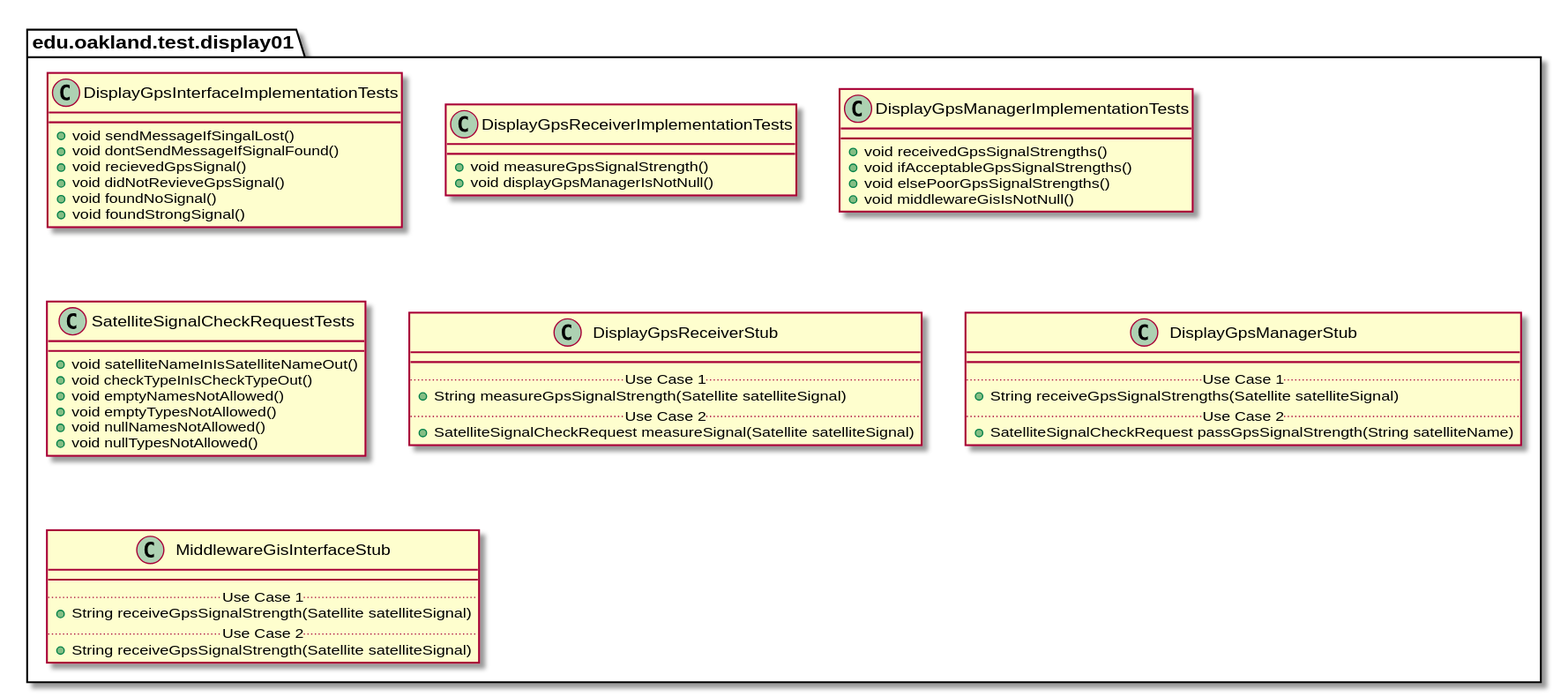
Before: docs/uml-class-diagrams/display01/test/Display01TestPackage.svg, a diagram exported from PlantUML (andrewdimmer/csi-3370-software-project).
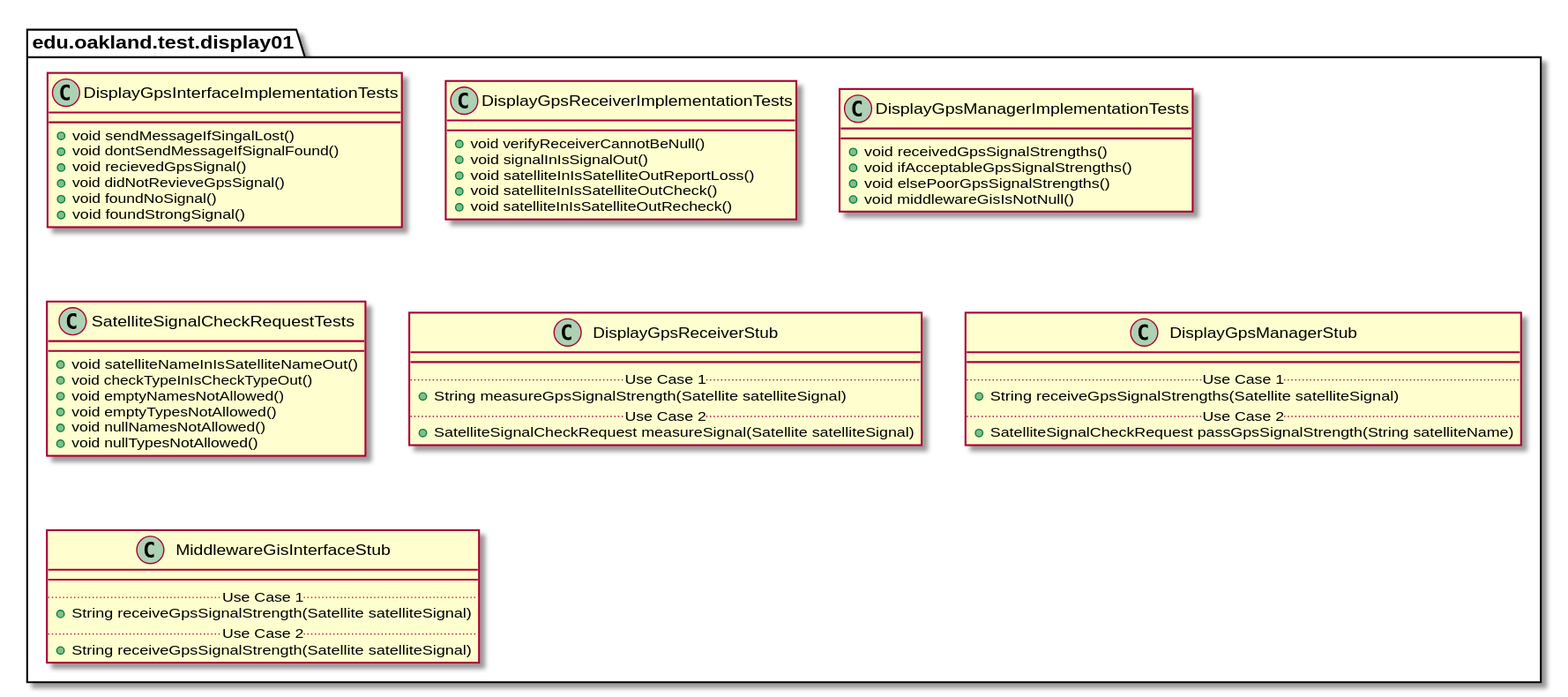
Above is the later version.

The edit, as a diff of the source:
```diff
@@ -19,8 +19,11 @@
 
 package edu.oakland.test.display01 {
     class DisplayGpsReceiverImplementationTests {
-        + void measureGpsSignalStrength()
-        + void displayGpsManagerIsNotNull()
+        + void verifyReceiverCannotBeNull()
+        + void signalInIsSignalOut()
+        + void satelliteInIsSatelliteOutReportLoss()
+        + void satelliteInIsSatelliteOutCheck()
+        + void satelliteInIsSatelliteOutRecheck()
     }
 }
 
```
